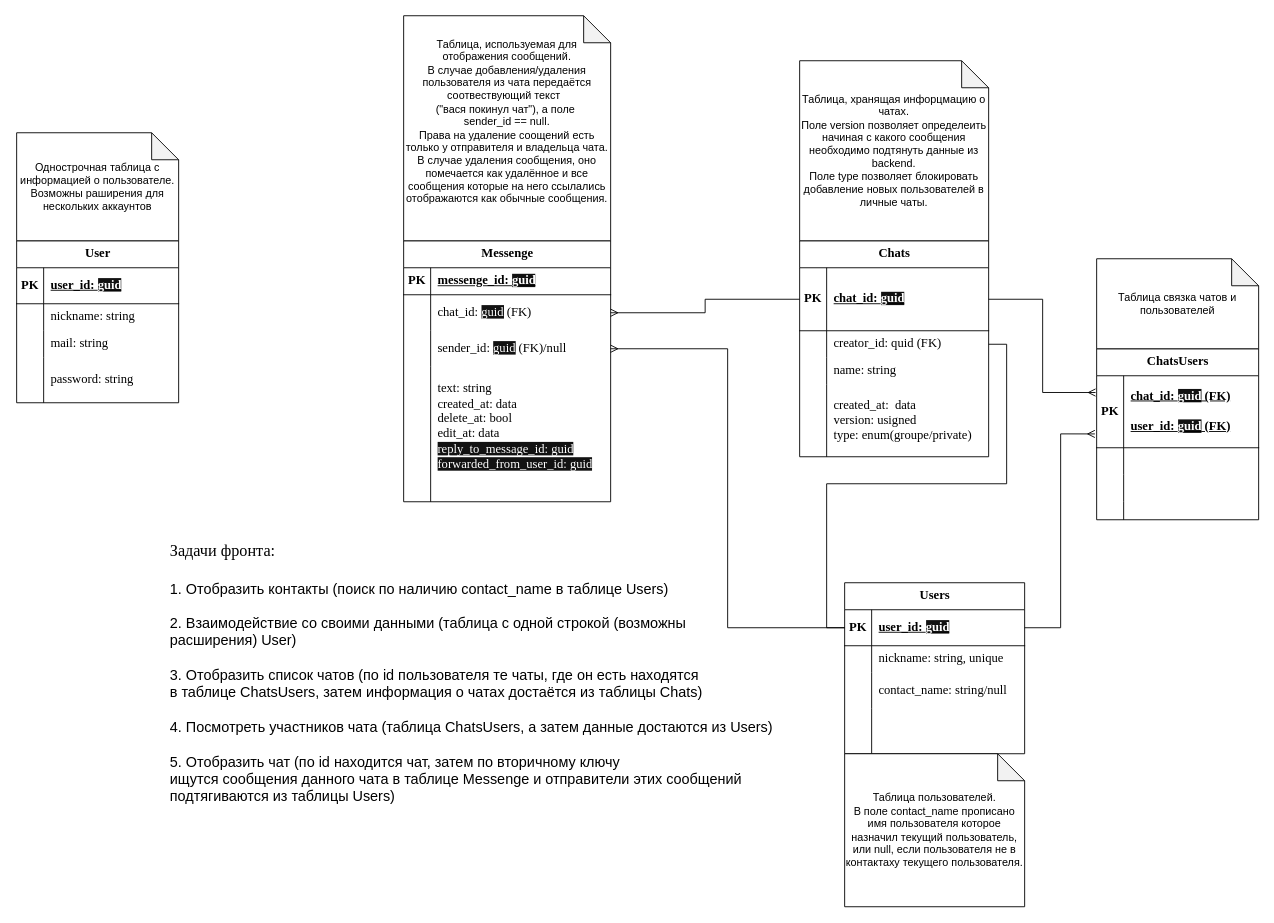
This is docs/front/DB.drawio from iuschnic/simple-messenger, a draw.io file, before an edit. Source tidied: cells renumbered, new cells numbered last; positions are measured from the earlier drawing's top-left corner, leaving out a move shared by most shapes. Both pictures are drawn from the tidied source at 90%, with x=0, y=0 at pixel (16, 15).
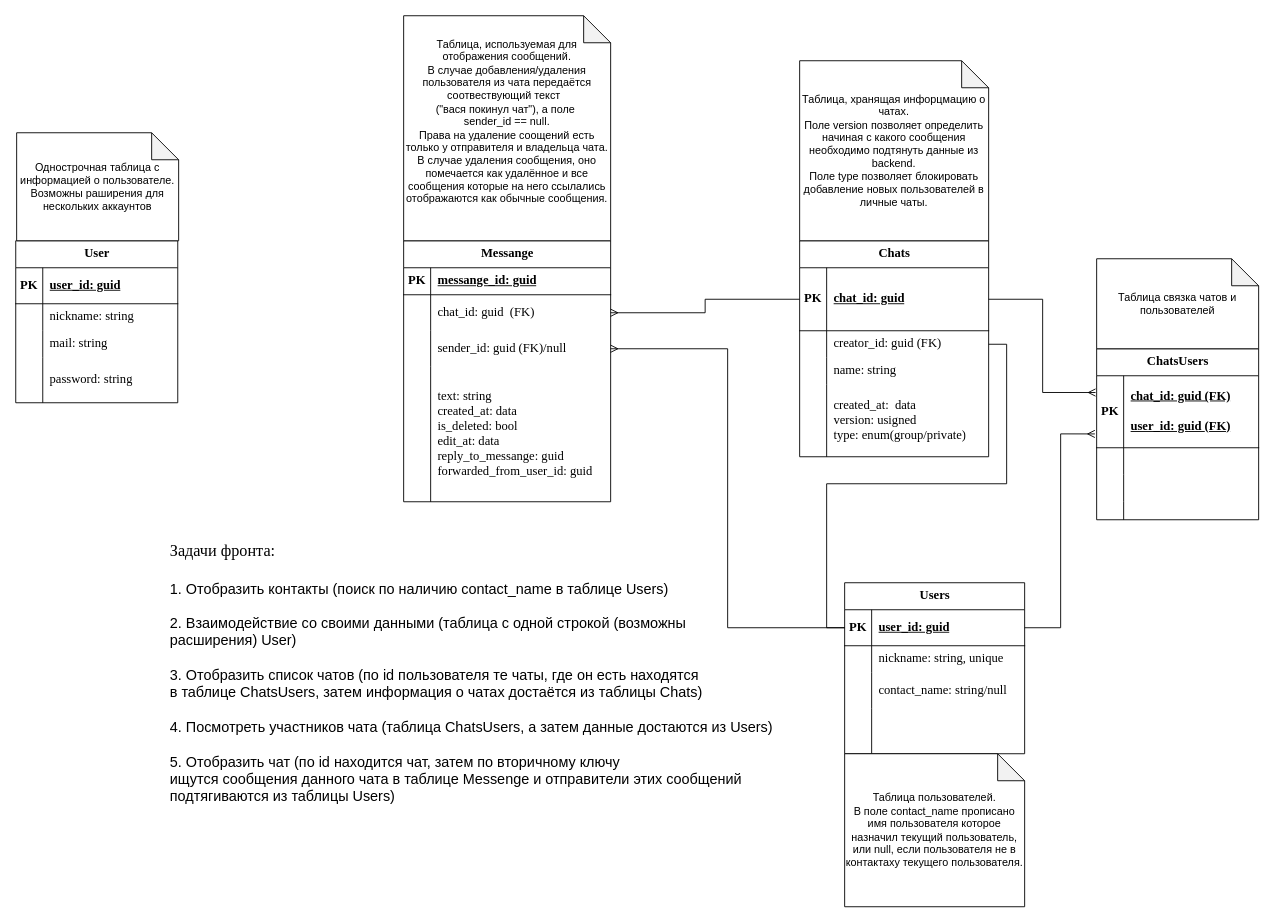
The same page after the edit.

Commit message (it also covers changes not shown here):
Исправила замечания

The change refers to these unchanged cells:
```xml
<mxCell id="3" style="shape=tableRow;horizontal=0;startSize=0;swimlaneHead=0;swimlaneBody=0;fillColor=none;top=0;left=0;right=0;bottom=1;fontFamily=Times New Roman;fontSize=14;" parent="2" vertex="1">
  <mxGeometry y="30" width="230" height="30" as="geometry" />
</mxCell>
<mxCell id="6" style="shape=tableRow;horizontal=0;startSize=0;swimlaneHead=0;swimlaneBody=0;fillColor=none;points=[[0,0.5],[1,0.5]];portConstraint=eastwest;top=0;left=0;right=0;bottom=0;fontFamily=Times New Roman;fontSize=14;" parent="2" vertex="1">
  <mxGeometry y="60" width="230" height="40" as="geometry" />
</mxCell>
<mxCell id="9" style="shape=tableRow;horizontal=0;startSize=0;swimlaneHead=0;swimlaneBody=0;fillColor=none;points=[[0,0.5],[1,0.5]];portConstraint=eastwest;top=0;left=0;right=0;bottom=0;fontFamily=Times New Roman;fontSize=14;" parent="2" vertex="1">
  <mxGeometry y="100" width="230" height="40" as="geometry" />
</mxCell>
<mxCell id="12" style="shape=tableRow;horizontal=0;startSize=0;swimlaneHead=0;swimlaneBody=0;fillColor=none;top=0;left=0;right=0;bottom=0;fontFamily=Times New Roman;fontSize=14;" parent="2" vertex="1">
  <mxGeometry y="140" width="230" height="150" as="geometry" />
</mxCell>
<mxCell id="16" style="shape=tableRow;horizontal=0;startSize=0;swimlaneHead=0;swimlaneBody=0;fillColor=none;points=[[0,0.5],[1,0.5]];portConstraint=eastwest;top=0;left=0;right=0;bottom=1;fontFamily=Times New Roman;fontSize=14;" parent="15" vertex="1">
  <mxGeometry y="30" width="210" height="70" as="geometry" />
</mxCell>
<mxCell id="19" style="shape=tableRow;horizontal=0;startSize=0;swimlaneHead=0;swimlaneBody=0;fillColor=none;points=[[0,0.5],[1,0.5]];portConstraint=eastwest;top=0;left=0;right=0;bottom=0;fontFamily=Times New Roman;fontSize=14;" parent="15" vertex="1">
  <mxGeometry y="100" width="210" height="30" as="geometry" />
</mxCell>
<mxCell id="25" style="shape=tableRow;horizontal=0;startSize=0;swimlaneHead=0;swimlaneBody=0;fillColor=none;top=0;left=0;right=0;bottom=0;fontFamily=Times New Roman;fontSize=14;" parent="15" vertex="1">
  <mxGeometry y="160" width="210" height="80" as="geometry" />
</mxCell>
<mxCell id="29" style="shape=tableRow;horizontal=0;startSize=0;swimlaneHead=0;swimlaneBody=0;fillColor=none;points=[[0,0.5],[1,0.5]];portConstraint=eastwest;top=0;left=0;right=0;bottom=1;fontFamily=Times New Roman;fontSize=14;" parent="28" vertex="1">
  <mxGeometry y="30" width="200" height="40" as="geometry" />
</mxCell>
<mxCell id="42" style="shape=tableRow;horizontal=0;startSize=0;swimlaneHead=0;swimlaneBody=0;fillColor=none;top=0;left=0;right=0;bottom=1;fontFamily=Times New Roman;fontSize=14;" parent="41" vertex="1">
  <mxGeometry y="30" width="180" height="40" as="geometry" />
</mxCell>
<mxCell id="55" style="shape=tableRow;horizontal=0;startSize=0;swimlaneHead=0;swimlaneBody=0;fillColor=none;points=[[0,0.5],[1,0.5]];portConstraint=eastwest;top=0;left=0;right=0;bottom=1;fontFamily=Times New Roman;fontSize=14;" parent="54" vertex="1">
  <mxGeometry y="30" width="180" height="80" as="geometry" />
</mxCell>
```

What changed in the source:
```diff
@@
-    <mxCell id="2" value="Messenge" style="shape=table;startSize=30;childLayout=tableLayout;rowLines=0;fontStyle=1;align=center;html=1;fontFamily=Times New Roman;fontSize=14;" parent="1" vertex="1">
+    <mxCell id="2" value="Messange" style="shape=table;startSize=30;childLayout=tableLayout;rowLines=0;fontStyle=1;align=center;html=1;fontFamily=Times New Roman;fontSize=14;" parent="1" vertex="1">
       <mxGeometry x="430" y="250" width="230" height="290" as="geometry" />
     </mxCell>
@@
-    <mxCell id="5" value="&lt;font style=&quot;font-size: 14px;&quot;&gt;messenge_id:&amp;nbsp;&lt;/font&gt;&lt;span style=&quot;color: rgb(255, 255, 255); background-color: rgb(18, 18, 18);&quot;&gt;guid&lt;/span&gt;" style="shape=partialRectangle;fillColor=none;top=0;left=0;bottom=0;right=0;align=left;spacingLeft=6;fontStyle=5;overflow=hidden;whiteSpace=wrap;html=1;fontFamily=Times New Roman;fontSize=14;" parent="3" vertex="1">
+    <mxCell id="5" value="&lt;font style=&quot;font-size: 14px;&quot;&gt;messange_id: guid&lt;/font&gt;" style="shape=partialRectangle;fillColor=none;top=0;left=0;bottom=0;right=0;align=left;spacingLeft=6;fontStyle=5;overflow=hidden;whiteSpace=wrap;html=1;fontFamily=Times New Roman;fontSize=14;" parent="3" vertex="1">
       <mxGeometry x="30" width="200" height="30" as="geometry" />
     </mxCell>
@@
-    <mxCell id="8" value="chat_id:&amp;nbsp;&lt;span style=&quot;color: rgb(255, 255, 255); background-color: rgb(18, 18, 18);&quot;&gt;guid&lt;/span&gt;&amp;nbsp;(FK)" style="shape=partialRectangle;fillColor=none;top=0;left=0;bottom=0;right=0;align=left;spacingLeft=6;overflow=hidden;whiteSpace=wrap;html=1;fontFamily=Times New Roman;fontSize=14;" parent="6" vertex="1">
+    <mxCell id="8" value="chat_id: guid&amp;nbsp;&amp;nbsp;(FK)" style="shape=partialRectangle;fillColor=none;top=0;left=0;bottom=0;right=0;align=left;spacingLeft=6;overflow=hidden;whiteSpace=wrap;html=1;fontFamily=Times New Roman;fontSize=14;" parent="6" vertex="1">
       <mxGeometry x="30" width="200" height="40" as="geometry" />
     </mxCell>
@@
-    <mxCell id="11" value="sender_id:&amp;nbsp;&lt;span style=&quot;color: rgb(255, 255, 255); background-color: rgb(18, 18, 18);&quot;&gt;guid&lt;/span&gt;&amp;nbsp;(FK)/null" style="shape=partialRectangle;fillColor=none;top=0;left=0;bottom=0;right=0;align=left;spacingLeft=6;overflow=hidden;whiteSpace=wrap;html=1;fontFamily=Times New Roman;fontSize=14;" parent="9" vertex="1">
+    <mxCell id="11" value="sender_id: guid&amp;nbsp;(FK)/null" style="shape=partialRectangle;fillColor=none;top=0;left=0;bottom=0;right=0;align=left;spacingLeft=6;overflow=hidden;whiteSpace=wrap;html=1;fontFamily=Times New Roman;fontSize=14;" parent="9" vertex="1">
       <mxGeometry x="30" width="200" height="40" as="geometry" />
     </mxCell>
@@
-    <mxCell id="14" value="&lt;div&gt;&lt;span style=&quot;background-color: initial;&quot;&gt;text: string&lt;/span&gt;&lt;/div&gt;&lt;div&gt;created_at: data&lt;/div&gt;&lt;div&gt;delete_at: bool&lt;/div&gt;&lt;div&gt;edit_at: data&lt;/div&gt;&lt;div style=&quot;&quot;&gt;&lt;span style=&quot;background-color: rgb(18, 18, 18); color: rgb(255, 255, 255);&quot;&gt;&lt;font face=&quot;Times New Roman&quot; style=&quot;font-size: 14px;&quot;&gt;reply_to_message_id: guid&lt;/font&gt;&lt;/span&gt;&lt;/div&gt;&lt;div style=&quot;&quot;&gt;&lt;span style=&quot;color: rgb(255, 255, 255); background-color: rgb(18, 18, 18);&quot;&gt;&lt;font style=&quot;font-size: 14px;&quot; face=&quot;Times New Roman&quot;&gt;forwarded_from_user_id: guid&lt;/font&gt;&lt;/span&gt;&lt;/div&gt;&lt;div style=&quot;&quot;&gt;&lt;br&gt;&lt;/div&gt;" style="shape=partialRectangle;fillColor=none;top=0;left=0;bottom=0;right=0;align=left;spacingLeft=6;overflow=hidden;whiteSpace=wrap;html=1;fontFamily=Times New Roman;fontSize=14;" parent="12" vertex="1">
+    <mxCell id="14" value="&lt;div&gt;&lt;span style=&quot;background-color: initial;&quot;&gt;text: string&lt;/span&gt;&lt;/div&gt;&lt;div&gt;created_at: data&lt;/div&gt;&lt;div&gt;is_deleted: bool&lt;/div&gt;&lt;div&gt;edit_at: data&lt;/div&gt;&lt;div&gt;reply_to_messange: guid&lt;/div&gt;&lt;div&gt;forwarded_from_user_id: guid&lt;/div&gt;" style="shape=partialRectangle;fillColor=none;top=0;left=0;bottom=0;right=0;align=left;spacingLeft=6;overflow=hidden;whiteSpace=wrap;html=1;fontFamily=Times New Roman;fontSize=14;" parent="12" vertex="1">
       <mxGeometry x="30" width="200" height="150" as="geometry" />
     </mxCell>
@@
-    <mxCell id="18" value="chat_id:&amp;nbsp;&lt;span style=&quot;color: rgb(255, 255, 255); background-color: rgb(18, 18, 18);&quot;&gt;guid&lt;/span&gt;" style="shape=partialRectangle;fillColor=none;top=0;left=0;bottom=0;right=0;align=left;spacingLeft=6;fontStyle=5;overflow=hidden;whiteSpace=wrap;html=1;fontFamily=Times New Roman;fontSize=14;" parent="16" vertex="1">
+    <mxCell id="18" value="chat_id: guid" style="shape=partialRectangle;fillColor=none;top=0;left=0;bottom=0;right=0;align=left;spacingLeft=6;fontStyle=5;overflow=hidden;whiteSpace=wrap;html=1;fontFamily=Times New Roman;fontSize=14;" parent="16" vertex="1">
       <mxGeometry x="30" width="180" height="70" as="geometry" />
     </mxCell>
@@
-    <mxCell id="21" value="&lt;div&gt;creator_id: quid (FK)&lt;br&gt;&lt;/div&gt;" style="shape=partialRectangle;fillColor=none;top=0;left=0;bottom=0;right=0;align=left;spacingLeft=6;overflow=hidden;whiteSpace=wrap;html=1;fontFamily=Times New Roman;fontSize=14;" parent="19" vertex="1">
+    <mxCell id="21" value="&lt;div&gt;creator_id: guid (FK)&lt;br&gt;&lt;/div&gt;" style="shape=partialRectangle;fillColor=none;top=0;left=0;bottom=0;right=0;align=left;spacingLeft=6;overflow=hidden;whiteSpace=wrap;html=1;fontFamily=Times New Roman;fontSize=14;" parent="19" vertex="1">
       <mxGeometry x="30" width="180" height="30" as="geometry" />
     </mxCell>
@@
-    <mxCell id="27" value="created_at:&amp;nbsp; data&lt;div&gt;version: usigned&lt;/div&gt;&lt;div&gt;type: enum(groupe/private)&lt;/div&gt;" style="shape=partialRectangle;fillColor=none;top=0;left=0;bottom=0;right=0;align=left;spacingLeft=6;overflow=hidden;whiteSpace=wrap;html=1;fontFamily=Times New Roman;fontSize=14;" parent="25" vertex="1">
+    <mxCell id="27" value="created_at:&amp;nbsp; data&lt;div&gt;version: usigned&lt;/div&gt;&lt;div&gt;type: enum(group/private)&lt;/div&gt;" style="shape=partialRectangle;fillColor=none;top=0;left=0;bottom=0;right=0;align=left;spacingLeft=6;overflow=hidden;whiteSpace=wrap;html=1;fontFamily=Times New Roman;fontSize=14;" parent="25" vertex="1">
       <mxGeometry x="30" width="180" height="80" as="geometry" />
     </mxCell>
@@
-    <mxCell id="31" value="&lt;font style=&quot;font-size: 14px;&quot;&gt;user_id:&amp;nbsp;&lt;/font&gt;&lt;span style=&quot;color: rgb(255, 255, 255); background-color: rgb(18, 18, 18);&quot;&gt;guid&lt;/span&gt;" style="shape=partialRectangle;fillColor=none;top=0;left=0;bottom=0;right=0;align=left;spacingLeft=6;fontStyle=5;overflow=hidden;whiteSpace=wrap;html=1;fontFamily=Times New Roman;fontSize=14;" parent="29" vertex="1">
+    <mxCell id="31" value="&lt;font style=&quot;font-size: 14px;&quot;&gt;user_id: guid&lt;/font&gt;" style="shape=partialRectangle;fillColor=none;top=0;left=0;bottom=0;right=0;align=left;spacingLeft=6;fontStyle=5;overflow=hidden;whiteSpace=wrap;html=1;fontFamily=Times New Roman;fontSize=14;" parent="29" vertex="1">
       <mxGeometry x="30" width="170" height="40" as="geometry" />
     </mxCell>
@@
     <mxCell id="41" value="User" style="shape=table;startSize=30;childLayout=tableLayout;rowLines=0;fontStyle=1;align=center;html=1;fontFamily=Times New Roman;fontSize=14;" parent="1" vertex="1">
-      <mxGeometry y="250" width="180" height="180" as="geometry" />
+      <mxGeometry x="-1" y="250" width="180" height="180" as="geometry" />
     </mxCell>
@@
-    <mxCell id="44" value="&lt;font style=&quot;font-size: 14px;&quot;&gt;user_id:&amp;nbsp;&lt;/font&gt;&lt;span style=&quot;color: rgb(255, 255, 255); background-color: rgb(18, 18, 18);&quot;&gt;guid&lt;/span&gt;" style="shape=partialRectangle;fillColor=none;top=0;left=0;bottom=0;right=0;align=left;spacingLeft=6;fontStyle=5;overflow=hidden;whiteSpace=wrap;html=1;fontFamily=Times New Roman;fontSize=14;" parent="42" vertex="1">
+    <mxCell id="44" value="&lt;font style=&quot;font-size: 14px;&quot;&gt;user_id: guid&lt;/font&gt;" style="shape=partialRectangle;fillColor=none;top=0;left=0;bottom=0;right=0;align=left;spacingLeft=6;fontStyle=5;overflow=hidden;whiteSpace=wrap;html=1;fontFamily=Times New Roman;fontSize=14;" parent="42" vertex="1">
       <mxGeometry x="30" width="150" height="40" as="geometry" />
     </mxCell>
@@
-    <mxCell id="57" value="&lt;font style=&quot;font-size: 14px;&quot;&gt;chat_id:&amp;nbsp;&lt;span style=&quot;color: rgb(255, 255, 255); background-color: rgb(18, 18, 18);&quot;&gt;guid&lt;/span&gt;&amp;nbsp;(FK)&lt;/font&gt;&lt;div&gt;&lt;br&gt;&lt;div&gt;&lt;font style=&quot;font-size: 14px;&quot;&gt;user_id:&amp;nbsp;&lt;/font&gt;&lt;span style=&quot;background-color: rgb(18, 18, 18); color: rgb(255, 255, 255);&quot;&gt;guid&lt;/span&gt;&lt;span style=&quot;background-color: initial;&quot;&gt;&amp;nbsp;(FK)&lt;/span&gt;&lt;/div&gt;&lt;/div&gt;" style="shape=partialRectangle;fillColor=none;top=0;left=0;bottom=0;right=0;align=left;spacingLeft=6;fontStyle=5;overflow=hidden;whiteSpace=wrap;html=1;fontFamily=Times New Roman;fontSize=14;" parent="55" vertex="1">
+    <mxCell id="57" value="&lt;font style=&quot;font-size: 14px;&quot;&gt;chat_id: guid&amp;nbsp;(FK)&lt;/font&gt;&lt;div&gt;&lt;br&gt;&lt;div&gt;&lt;font style=&quot;font-size: 14px;&quot;&gt;user_id: guid&amp;nbsp;&lt;/font&gt;&lt;span style=&quot;background-color: initial;&quot;&gt;(FK)&lt;/span&gt;&lt;/div&gt;&lt;/div&gt;" style="shape=partialRectangle;fillColor=none;top=0;left=0;bottom=0;right=0;align=left;spacingLeft=6;fontStyle=5;overflow=hidden;whiteSpace=wrap;html=1;fontFamily=Times New Roman;fontSize=14;" parent="55" vertex="1">
       <mxGeometry x="30" width="150" height="80" as="geometry" />
     </mxCell>
@@
-    <mxCell id="75" value="Таблица, хранящая инфорцмацию о чатах.&lt;div&gt;Поле version позволяет определеить начиная с какого сообщения необходимо подтянуть данные из backend.&lt;/div&gt;&lt;div&gt;Поле type позволяет блокировать добавление новых пользователей в личные чаты.&lt;/div&gt;" style="shape=note;whiteSpace=wrap;html=1;backgroundOutline=1;darkOpacity=0.05;" parent="1" vertex="1">
+    <mxCell id="75" value="Таблица, хранящая инфорцмацию о чатах.&lt;div&gt;Поле version позволяет определить начиная с какого сообщения необходимо подтянуть данные из backend.&lt;/div&gt;&lt;div&gt;Поле type позволяет блокировать добавление новых пользователей в личные чаты.&lt;/div&gt;" style="shape=note;whiteSpace=wrap;html=1;backgroundOutline=1;darkOpacity=0.05;" parent="1" vertex="1">
       <mxGeometry x="870" y="50" width="210" height="200" as="geometry" />
     </mxCell>
```
